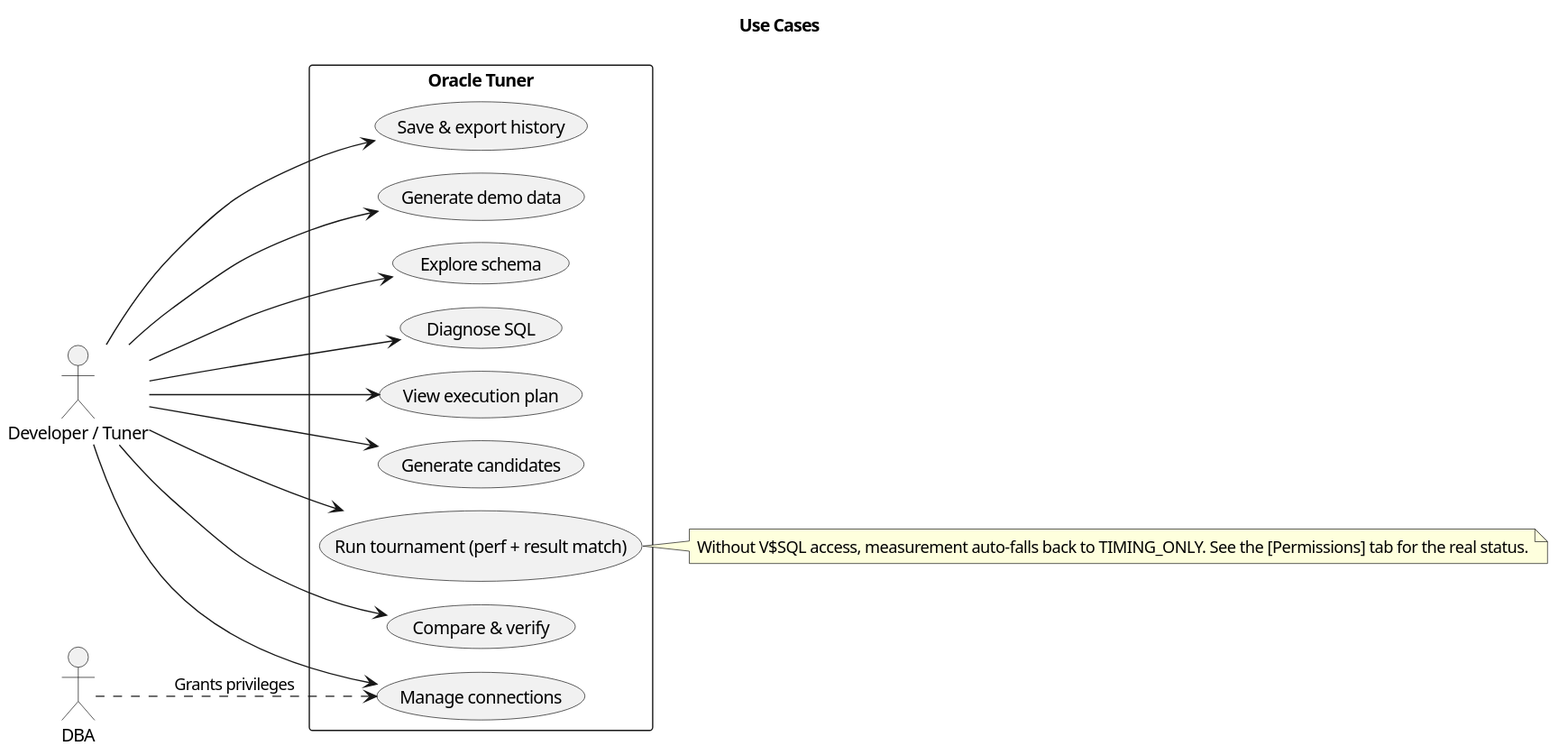
farmerkweon/OracleTuner keeps this PlantUML diagram as web/design/usecase.en.svg. Above is the earlier version.
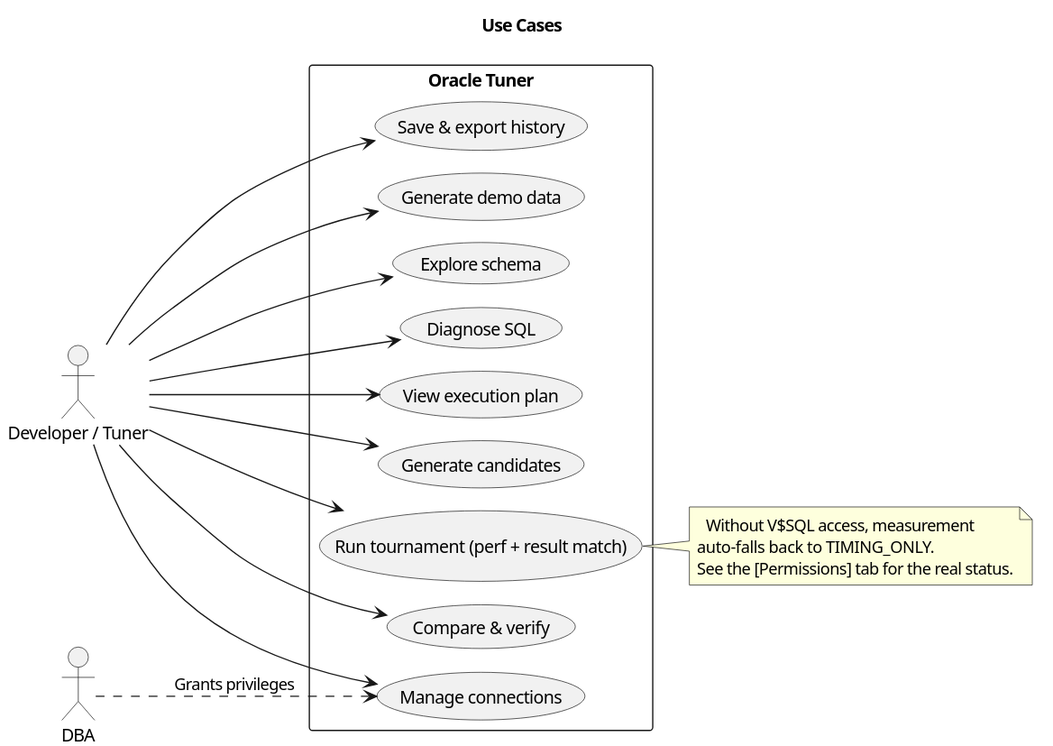
The same file after the commit.

What changed in the source:
```diff
@@ -33,6 +33,8 @@
 DBA ..> UC1 : Grants privileges
 
 note right of UC6
-  Without V$SQL access, measurement auto-falls back to TIMING_ONLY. See the [Permissions] tab for the real status.
+  Without V$SQL access, measurement
+auto-falls back to TIMING_ONLY.
+See the [Permissions] tab for the real status.
 end note
 @enduml
```
